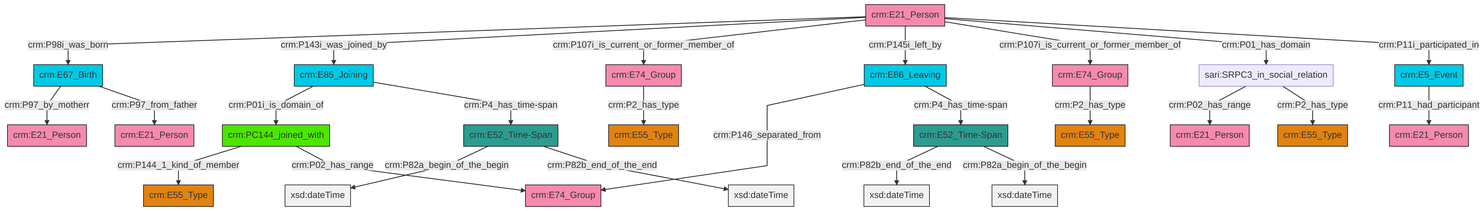
This is et/personCSV/ttl/mmd/png/Person_Actor_Relations.png from swiss-art-research-net/docs.swissartresearch, a Mermaid export, as it was before one commit. Its source is kept beside it as et/personCSV/ttl/mmd/Person_Actor_Relations.ttl.mmd.
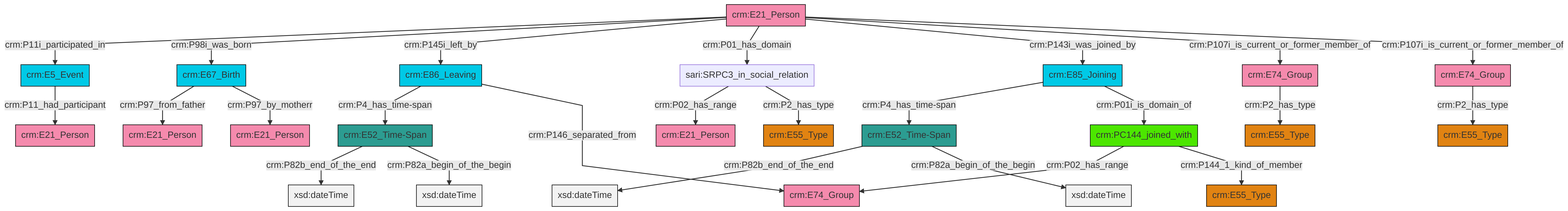
Above is the later version.

What changed in the source:
```diff
@@ -13,27 +13,27 @@
 classDef PC_Classes fill:#4ce600, stroke:#000000;
 classDef Multi fill:#cccccc,stroke:#000000;
 
-0["crm:E52_Time-Span"]:::Time-Span -->|crm:P82b_end_of_the_end| 1[xsd:dateTime]:::Literal
-0["crm:E52_Time-Span"]:::Time-Span -->|crm:P82a_begin_of_the_begin| 2[xsd:dateTime]:::Literal
-7["crm:E85_Joining"]:::Temporal_Entity -->|crm:P01i_is_domain_of| 8["crm:PC144_joined_with"]:::PC_Classes
-11["crm:E21_Person"]:::Actor -->|crm:P98i_was_born| 9["crm:E67_Birth"]:::Temporal_Entity
-14["crm:E74_Group"]:::Actor -->|crm:P2_has_type| 15["crm:E55_Type"]:::Type
-9["crm:E67_Birth"]:::Temporal_Entity -->|crm:P97_by_motherr| 16["crm:E21_Person"]:::Actor
-11["crm:E21_Person"]:::Actor -->|crm:P143i_was_joined_by| 7["crm:E85_Joining"]:::Temporal_Entity
-18["crm:E74_Group"]:::Actor -->|crm:P2_has_type| 3["crm:E55_Type"]:::Type
-11["crm:E21_Person"]:::Actor -->|crm:P107i_is_current_or_former_member_of| 14["crm:E74_Group"]:::Actor
-5["crm:E5_Event"]:::Temporal_Entity -->|crm:P11_had_participant| 24["crm:E21_Person"]:::Actor
-26["sari:SRPC3_in_social_relation"]:::Default -->|crm:P02_has_range| 27["crm:E21_Person"]:::Actor
-8["crm:PC144_joined_with"]:::PC_Classes -->|crm:P144_1_kind_of_member| 28["crm:E55_Type"]:::Type
-11["crm:E21_Person"]:::Actor -->|crm:P145i_left_by| 29["crm:E86_Leaving"]:::Temporal_Entity
-7["crm:E85_Joining"]:::Temporal_Entity -->|crm:P4_has_time-span| 22["crm:E52_Time-Span"]:::Time-Span
-22["crm:E52_Time-Span"]:::Time-Span -->|crm:P82a_begin_of_the_begin| 39[xsd:dateTime]:::Literal
-8["crm:PC144_joined_with"]:::PC_Classes -->|crm:P02_has_range| 12["crm:E74_Group"]:::Actor
-29["crm:E86_Leaving"]:::Temporal_Entity -->|crm:P146_separated_from| 12["crm:E74_Group"]:::Actor
-11["crm:E21_Person"]:::Actor -->|crm:P107i_is_current_or_former_member_of| 18["crm:E74_Group"]:::Actor
-9["crm:E67_Birth"]:::Temporal_Entity -->|crm:P97_from_father| 34["crm:E21_Person"]:::Actor
-11["crm:E21_Person"]:::Actor -->|crm:P01_has_domain| 26["sari:SRPC3_in_social_relation"]:::Default
-29["crm:E86_Leaving"]:::Temporal_Entity -->|crm:P4_has_time-span| 0["crm:E52_Time-Span"]:::Time-Span
-22["crm:E52_Time-Span"]:::Time-Span -->|crm:P82b_end_of_the_end| 44[xsd:dateTime]:::Literal
-26["sari:SRPC3_in_social_relation"]:::Default -->|crm:P2_has_type| 45["crm:E55_Type"]:::Type
-11["crm:E21_Person"]:::Actor -->|crm:P11i_participated_in| 5["crm:E5_Event"]:::Temporal_Entity
+2["crm:E52_Time-Span"]:::Time-Span -->|crm:P82b_end_of_the_end| 3[xsd:dateTime]:::Literal
+4["crm:PC144_joined_with"]:::PC_Classes -->|crm:P02_has_range| 5["crm:E74_Group"]:::Actor
+10["crm:E21_Person"]:::Actor -->|crm:P11i_participated_in| 11["crm:E5_Event"]:::Temporal_Entity
+12["crm:E67_Birth"]:::Temporal_Entity -->|crm:P97_from_father| 13["crm:E21_Person"]:::Actor
+14["crm:E52_Time-Span"]:::Time-Span -->|crm:P82b_end_of_the_end| 16[xsd:dateTime]:::Literal
+10["crm:E21_Person"]:::Actor -->|crm:P98i_was_born| 12["crm:E67_Birth"]:::Temporal_Entity
+2["crm:E52_Time-Span"]:::Time-Span -->|crm:P82a_begin_of_the_begin| 28[xsd:dateTime]:::Literal
+10["crm:E21_Person"]:::Actor -->|crm:P145i_left_by| 31["crm:E86_Leaving"]:::Temporal_Entity
+10["crm:E21_Person"]:::Actor -->|crm:P01_has_domain| 32["sari:SRPC3_in_social_relation"]:::Default
+32["sari:SRPC3_in_social_relation"]:::Default -->|crm:P02_has_range| 34["crm:E21_Person"]:::Actor
+32["sari:SRPC3_in_social_relation"]:::Default -->|crm:P2_has_type| 19["crm:E55_Type"]:::Type
+31["crm:E86_Leaving"]:::Temporal_Entity -->|crm:P4_has_time-span| 14["crm:E52_Time-Span"]:::Time-Span
+8["crm:E74_Group"]:::Actor -->|crm:P2_has_type| 29["crm:E55_Type"]:::Type
+4["crm:PC144_joined_with"]:::PC_Classes -->|crm:P144_1_kind_of_member| 21["crm:E55_Type"]:::Type
+10["crm:E21_Person"]:::Actor -->|crm:P143i_was_joined_by| 37["crm:E85_Joining"]:::Temporal_Entity
+12["crm:E67_Birth"]:::Temporal_Entity -->|crm:P97_by_motherr| 0["crm:E21_Person"]:::Actor
+23["crm:E74_Group"]:::Actor -->|crm:P2_has_type| 6["crm:E55_Type"]:::Type
+31["crm:E86_Leaving"]:::Temporal_Entity -->|crm:P146_separated_from| 5["crm:E74_Group"]:::Actor
+10["crm:E21_Person"]:::Actor -->|crm:P107i_is_current_or_former_member_of| 8["crm:E74_Group"]:::Actor
+37["crm:E85_Joining"]:::Temporal_Entity -->|crm:P4_has_time-span| 2["crm:E52_Time-Span"]:::Time-Span
+14["crm:E52_Time-Span"]:::Time-Span -->|crm:P82a_begin_of_the_begin| 44[xsd:dateTime]:::Literal
+10["crm:E21_Person"]:::Actor -->|crm:P107i_is_current_or_former_member_of| 23["crm:E74_Group"]:::Actor
+37["crm:E85_Joining"]:::Temporal_Entity -->|crm:P01i_is_domain_of| 4["crm:PC144_joined_with"]:::PC_Classes
+11["crm:E5_Event"]:::Temporal_Entity -->|crm:P11_had_participant| 40["crm:E21_Person"]:::Actor
```
